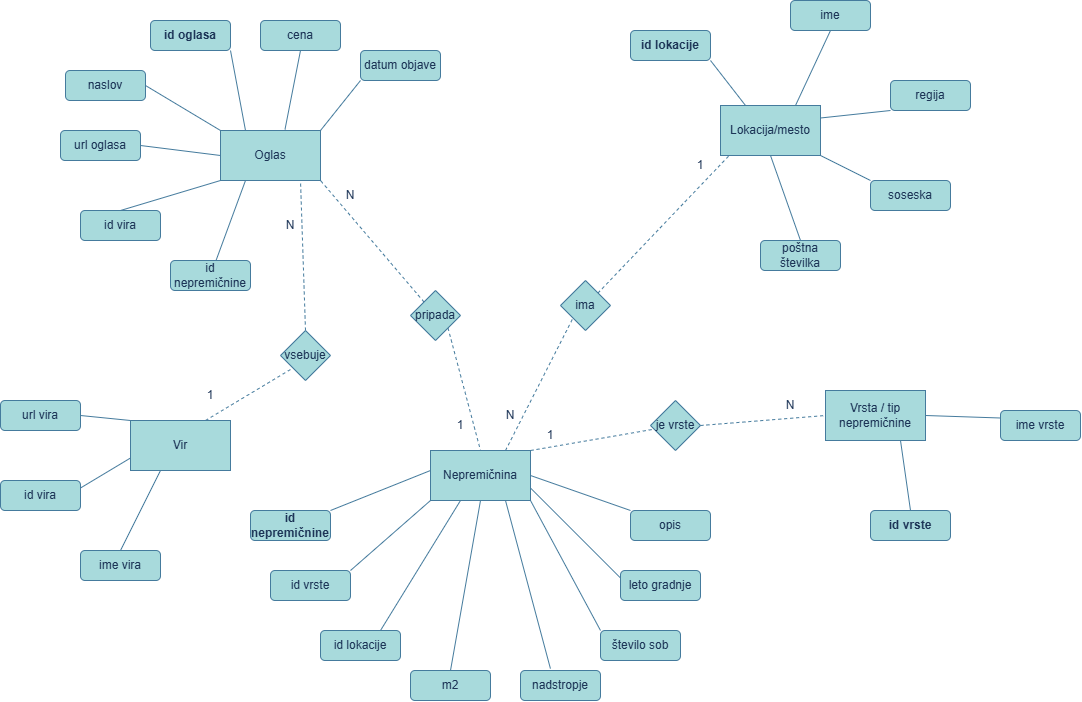
This is er-nepremicnine.drawio.png from UrhVidecnik/OPB-Najem-nepremicnin, a draw.io export, as it was before one commit. Source tidied: cells renumbered, new cells last; positions are measured from the earlier drawing's top-left corner, leaving out a move shared by most shapes.
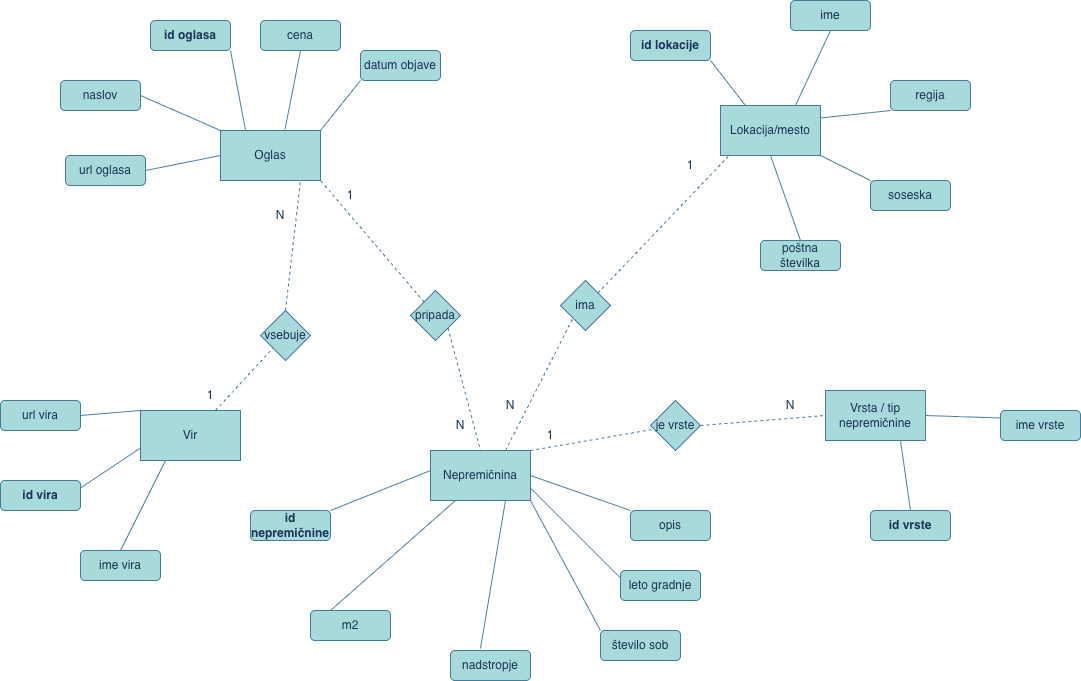
Above is the later version.

What changed in the source:
```diff
@@ -2,6 +2,9 @@
   <root>
     <mxCell id="0" />
     <mxCell id="1" parent="0" />
+    <mxCell id="78" style="edgeStyle=none;rounded=0;jettySize=auto;html=1;exitX=0.25;exitY=1;exitDx=0;exitDy=0;entryX=0.25;entryY=0;entryDx=0;entryDy=0;endArrow=none;endFill=0;strokeColor=#457B9D;" parent="1" edge="1" source="2" target="20">
+      <mxGeometry relative="1" as="geometry" />
+    </mxCell>
     <mxCell id="2" value="Nepremičnina" style="rounded=0;whiteSpace=wrap;html=1;labelBackgroundColor=none;fillColor=#A8DADC;strokeColor=#457B9D;fontColor=#1D3557;" parent="1" vertex="1">
       <mxGeometry x="430" y="450" width="100" height="50" as="geometry" />
     </mxCell>
@@ -30,7 +33,7 @@
       <mxGeometry x="650" y="400" width="50" height="50" as="geometry" />
     </mxCell>
     <mxCell id="11" value="Vir" style="whiteSpace=wrap;html=1;labelBackgroundColor=none;fillColor=#A8DADC;strokeColor=#457B9D;fontColor=#1D3557;" parent="1" vertex="1">
-      <mxGeometry x="130" y="420" width="100" height="50" as="geometry" />
+      <mxGeometry x="140" y="410" width="100" height="50" as="geometry" />
     </mxCell>
     <mxCell id="12" value="Oglas" style="whiteSpace=wrap;html=1;labelBackgroundColor=none;fillColor=#A8DADC;strokeColor=#457B9D;fontColor=#1D3557;" parent="1" vertex="1">
       <mxGeometry x="220" y="130" width="100" height="50" as="geometry" />
@@ -38,14 +41,14 @@
     <mxCell id="13" value="Vrsta / tip nepremičnine" style="whiteSpace=wrap;html=1;labelBackgroundColor=none;fillColor=#A8DADC;strokeColor=#457B9D;fontColor=#1D3557;" parent="1" vertex="1">
       <mxGeometry x="825" y="390" width="100" height="50" as="geometry" />
     </mxCell>
-    <mxCell id="14" value="id vira" style="rounded=1;whiteSpace=wrap;html=1;fillColor=#A8DADC;labelBackgroundColor=none;strokeColor=#457B9D;fontColor=#1D3557;" parent="1" vertex="1">
+    <mxCell id="14" value="id vira" style="rounded=1;whiteSpace=wrap;html=1;fillColor=#A8DADC;labelBackgroundColor=none;strokeColor=#457B9D;fontColor=#1D3557;fontStyle=1;" parent="1" vertex="1">
       <mxGeometry y="480" width="80" height="30" as="geometry" />
     </mxCell>
     <mxCell id="15" value="naslov" style="rounded=1;whiteSpace=wrap;html=1;labelBackgroundColor=none;fillColor=#A8DADC;strokeColor=#457B9D;fontColor=#1D3557;" parent="1" vertex="1">
-      <mxGeometry x="65" y="70" width="80" height="30" as="geometry" />
+      <mxGeometry x="60" y="80" width="80" height="30" as="geometry" />
     </mxCell>
     <mxCell id="16" value="url oglasa" style="rounded=1;whiteSpace=wrap;html=1;labelBackgroundColor=none;fillColor=#A8DADC;strokeColor=#457B9D;fontColor=#1D3557;" parent="1" vertex="1">
-      <mxGeometry x="60" y="130" width="80" height="30" as="geometry" />
+      <mxGeometry x="65" y="155" width="80" height="30" as="geometry" />
     </mxCell>
     <mxCell id="17" value="število sob" style="rounded=1;whiteSpace=wrap;html=1;labelBackgroundColor=none;fillColor=#A8DADC;strokeColor=#457B9D;fontColor=#1D3557;" parent="1" vertex="1">
       <mxGeometry x="600" y="630" width="80" height="30" as="geometry" />
@@ -53,11 +56,8 @@
     <mxCell id="18" value="&lt;b&gt;id nepremičnine&lt;/b&gt;" style="rounded=1;whiteSpace=wrap;html=1;fillColor=#A8DADC;labelBackgroundColor=none;strokeColor=#457B9D;fontColor=#1D3557;" parent="1" vertex="1">
       <mxGeometry x="250" y="510" width="80" height="30" as="geometry" />
     </mxCell>
-    <mxCell id="19" value="id vrste" style="rounded=1;whiteSpace=wrap;html=1;labelBackgroundColor=none;fillColor=#A8DADC;strokeColor=#457B9D;fontColor=#1D3557;" parent="1" vertex="1">
-      <mxGeometry x="270" y="570" width="80" height="30" as="geometry" />
-    </mxCell>
     <mxCell id="20" value="m2" style="rounded=1;whiteSpace=wrap;html=1;labelBackgroundColor=none;fillColor=#A8DADC;strokeColor=#457B9D;fontColor=#1D3557;" parent="1" vertex="1">
-      <mxGeometry x="410" y="670" width="80" height="30" as="geometry" />
+      <mxGeometry x="310" y="610" width="80" height="30" as="geometry" />
     </mxCell>
     <mxCell id="21" value="opis" style="rounded=1;whiteSpace=wrap;html=1;labelBackgroundColor=none;fillColor=#A8DADC;strokeColor=#457B9D;fontColor=#1D3557;" parent="1" vertex="1">
       <mxGeometry x="630" y="510" width="80" height="30" as="geometry" />
@@ -69,7 +69,7 @@
       <mxGeometry y="400" width="80" height="30" as="geometry" />
     </mxCell>
     <mxCell id="24" value="nadstropje" style="rounded=1;whiteSpace=wrap;html=1;labelBackgroundColor=none;fillColor=#A8DADC;strokeColor=#457B9D;fontColor=#1D3557;" parent="1" vertex="1">
-      <mxGeometry x="520" y="670" width="80" height="30" as="geometry" />
+      <mxGeometry x="450" y="650" width="80" height="30" as="geometry" />
     </mxCell>
     <mxCell id="25" value="datum objave" style="rounded=1;whiteSpace=wrap;html=1;labelBackgroundColor=none;fillColor=#A8DADC;strokeColor=#457B9D;fontColor=#1D3557;" parent="1" vertex="1">
       <mxGeometry x="360" y="50" width="80" height="30" as="geometry" />
@@ -80,18 +80,9 @@
     <mxCell id="27" value="leto gradnje" style="rounded=1;whiteSpace=wrap;html=1;labelBackgroundColor=none;fillColor=#A8DADC;strokeColor=#457B9D;fontColor=#1D3557;" parent="1" vertex="1">
       <mxGeometry x="620" y="570" width="80" height="30" as="geometry" />
     </mxCell>
-    <mxCell id="28" value="id lokacije" style="rounded=1;whiteSpace=wrap;html=1;labelBackgroundColor=none;fillColor=#A8DADC;strokeColor=#457B9D;fontColor=#1D3557;" parent="1" vertex="1">
-      <mxGeometry x="320" y="630" width="80" height="30" as="geometry" />
-    </mxCell>
-    <mxCell id="29" value="id nepremičnine" style="rounded=1;whiteSpace=wrap;html=1;labelBackgroundColor=none;fillColor=#A8DADC;strokeColor=#457B9D;fontColor=#1D3557;" parent="1" vertex="1">
-      <mxGeometry x="170" y="260" width="80" height="30" as="geometry" />
-    </mxCell>
     <mxCell id="30" value="ime vrste" style="rounded=1;whiteSpace=wrap;html=1;labelBackgroundColor=none;fillColor=#A8DADC;strokeColor=#457B9D;fontColor=#1D3557;" parent="1" vertex="1">
       <mxGeometry x="1000" y="410" width="80" height="30" as="geometry" />
     </mxCell>
-    <mxCell id="31" value="id vira" style="rounded=1;whiteSpace=wrap;html=1;labelBackgroundColor=none;fillColor=#A8DADC;strokeColor=#457B9D;fontColor=#1D3557;" parent="1" vertex="1">
-      <mxGeometry x="80" y="210" width="80" height="30" as="geometry" />
-    </mxCell>
     <mxCell id="32" style="endArrow=none;html=1;rounded=0;exitX=1;exitY=1;exitDx=0;exitDy=0;entryX=0.25;entryY=0;entryDx=0;entryDy=0;labelBackgroundColor=none;strokeColor=#457B9D;fontColor=default;" parent="1" edge="1" source="8" target="12">
       <mxGeometry relative="1" as="geometry" />
     </mxCell>
@@ -107,12 +98,6 @@
     <mxCell id="36" style="endArrow=none;html=1;rounded=0;entryX=0;entryY=1;entryDx=0;entryDy=0;exitX=1;exitY=0;exitDx=0;exitDy=0;labelBackgroundColor=none;strokeColor=#457B9D;fontColor=default;" parent="1" edge="1" source="12" target="25">
       <mxGeometry relative="1" as="geometry" />
     </mxCell>
-    <mxCell id="37" style="endArrow=none;html=1;rounded=0;entryX=0.25;entryY=1;entryDx=0;entryDy=0;labelBackgroundColor=none;strokeColor=#457B9D;fontColor=default;" parent="1" edge="1" source="29" target="12">
-      <mxGeometry relative="1" as="geometry" />
-    </mxCell>
-    <mxCell id="38" style="endArrow=none;html=1;rounded=0;exitX=0.5;exitY=0;exitDx=0;exitDy=0;entryX=0;entryY=1;entryDx=0;entryDy=0;labelBackgroundColor=none;strokeColor=#457B9D;fontColor=default;" parent="1" edge="1" source="31" target="12">
-      <mxGeometry relative="1" as="geometry" />
-    </mxCell>
     <mxCell id="39" style="endArrow=none;dashed=1;html=1;rounded=0;exitX=1;exitY=0;exitDx=0;exitDy=0;labelBackgroundColor=none;strokeColor=#457B9D;fontColor=default;" parent="1" edge="1" source="2" target="10">
       <mxGeometry relative="1" as="geometry" />
     </mxCell>
@@ -126,7 +111,7 @@
       <mxGeometry relative="1" as="geometry" />
     </mxCell>
     <mxCell id="43" value="vsebuje" style="rhombus;whiteSpace=wrap;html=1;labelBackgroundColor=none;fillColor=#A8DADC;strokeColor=#457B9D;fontColor=#1D3557;" parent="1" vertex="1">
-      <mxGeometry x="280" y="330" width="50" height="50" as="geometry" />
+      <mxGeometry x="260" y="310" width="50" height="50" as="geometry" />
     </mxCell>
     <mxCell id="44" style="endArrow=none;dashed=1;html=1;rounded=0;exitX=0.5;exitY=0;exitDx=0;exitDy=0;labelBackgroundColor=none;strokeColor=#457B9D;fontColor=default;" parent="1" edge="1" source="43">
       <mxGeometry relative="1" as="geometry">
@@ -141,19 +126,6 @@
         <mxPoint x="430" y="470" as="targetPoint" />
       </mxGeometry>
     </mxCell>
-    <mxCell id="47" style="endArrow=none;html=1;rounded=0;exitX=1;exitY=0;exitDx=0;exitDy=0;labelBackgroundColor=none;strokeColor=#457B9D;fontColor=default;" parent="1" edge="1" source="19">
-      <mxGeometry relative="1" as="geometry">
-        <mxPoint x="430" y="500" as="targetPoint" />
-      </mxGeometry>
-    </mxCell>
-    <mxCell id="48" style="endArrow=none;html=1;rounded=0;exitX=0.75;exitY=0;exitDx=0;exitDy=0;labelBackgroundColor=none;strokeColor=#457B9D;fontColor=default;" parent="1" edge="1" source="28">
-      <mxGeometry relative="1" as="geometry">
-        <mxPoint x="460" y="500" as="targetPoint" />
-      </mxGeometry>
-    </mxCell>
-    <mxCell id="49" style="endArrow=none;html=1;rounded=0;entryX=0.5;entryY=1;entryDx=0;entryDy=0;exitX=0.5;exitY=0;exitDx=0;exitDy=0;labelBackgroundColor=none;strokeColor=#457B9D;fontColor=default;" parent="1" edge="1" source="20" target="2">
-      <mxGeometry relative="1" as="geometry" />
-    </mxCell>
     <mxCell id="50" style="endArrow=none;html=1;rounded=0;exitX=1;exitY=0.5;exitDx=0;exitDy=0;entryX=0;entryY=0.25;entryDx=0;entryDy=0;labelBackgroundColor=none;strokeColor=#457B9D;fontColor=default;" parent="1" edge="1" source="13" target="30">
       <mxGeometry relative="1" as="geometry" />
     </mxCell>
@@ -190,10 +162,8 @@
     <mxCell id="61" value="cena" style="rounded=1;whiteSpace=wrap;html=1;labelBackgroundColor=none;fillColor=#A8DADC;strokeColor=#457B9D;fontColor=#1D3557;" parent="1" vertex="1">
       <mxGeometry x="260" y="20" width="80" height="30" as="geometry" />
     </mxCell>
-    <mxCell id="62" style="endArrow=none;html=1;rounded=0;exitX=0.5;exitY=0;exitDx=0;exitDy=0;labelBackgroundColor=none;strokeColor=#457B9D;fontColor=default;" parent="1" edge="1" source="26">
-      <mxGeometry relative="1" as="geometry">
-        <mxPoint x="160" y="470" as="targetPoint" />
-      </mxGeometry>
+    <mxCell id="62" style="endArrow=none;html=1;rounded=0;exitX=0.5;exitY=0;exitDx=0;exitDy=0;labelBackgroundColor=none;strokeColor=#457B9D;fontColor=default;entryX=0.25;entryY=1;entryDx=0;entryDy=0;" parent="1" edge="1" source="26" target="11">
+      <mxGeometry relative="1" as="geometry" />
     </mxCell>
     <mxCell id="63" style="endArrow=none;html=1;rounded=0;entryX=0;entryY=0.75;entryDx=0;entryDy=0;exitX=1;exitY=0.25;exitDx=0;exitDy=0;labelBackgroundColor=none;strokeColor=#457B9D;fontColor=default;" parent="1" edge="1" source="14" target="11">
       <mxGeometry relative="1" as="geometry" />
@@ -223,22 +193,22 @@
       <mxGeometry relative="1" as="geometry" />
     </mxCell>
     <mxCell id="72" value="1" style="text;html=1;whiteSpace=wrap;strokeColor=none;fillColor=none;align=center;verticalAlign=middle;rounded=0;labelBackgroundColor=none;fontColor=#1D3557;" parent="1" vertex="1">
-      <mxGeometry x="670" y="150" width="60" height="30" as="geometry" />
+      <mxGeometry x="660" y="150" width="60" height="30" as="geometry" />
     </mxCell>
     <mxCell id="73" value="N" style="text;html=1;whiteSpace=wrap;strokeColor=none;fillColor=none;align=center;verticalAlign=middle;rounded=0;labelBackgroundColor=none;fontColor=#1D3557;" parent="1" vertex="1">
-      <mxGeometry x="480" y="400" width="60" height="30" as="geometry" />
+      <mxGeometry x="480" y="390" width="60" height="30" as="geometry" />
     </mxCell>
-    <mxCell id="74" value="1" style="text;html=1;whiteSpace=wrap;strokeColor=none;fillColor=none;align=center;verticalAlign=middle;rounded=0;labelBackgroundColor=none;fontColor=#1D3557;" parent="1" vertex="1">
+    <mxCell id="74" value="N" style="text;html=1;whiteSpace=wrap;strokeColor=none;fillColor=none;align=center;verticalAlign=middle;rounded=0;labelBackgroundColor=none;fontColor=#1D3557;" parent="1" vertex="1">
       <mxGeometry x="430" y="410" width="60" height="30" as="geometry" />
     </mxCell>
-    <mxCell id="75" value="N" style="text;html=1;whiteSpace=wrap;strokeColor=none;fillColor=none;align=center;verticalAlign=middle;rounded=0;labelBackgroundColor=none;fontColor=#1D3557;" parent="1" vertex="1">
+    <mxCell id="75" value="1" style="text;html=1;whiteSpace=wrap;strokeColor=none;fillColor=none;align=center;verticalAlign=middle;rounded=0;labelBackgroundColor=none;fontColor=#1D3557;" parent="1" vertex="1">
       <mxGeometry x="320" y="180" width="60" height="30" as="geometry" />
     </mxCell>
     <mxCell id="76" value="1" style="text;html=1;whiteSpace=wrap;strokeColor=none;fillColor=none;align=center;verticalAlign=middle;rounded=0;labelBackgroundColor=none;fontColor=#1D3557;" parent="1" vertex="1">
       <mxGeometry x="180" y="380" width="60" height="30" as="geometry" />
     </mxCell>
     <mxCell id="77" value="N" style="text;html=1;whiteSpace=wrap;strokeColor=none;fillColor=none;align=center;verticalAlign=middle;rounded=0;labelBackgroundColor=none;fontColor=#1D3557;" parent="1" vertex="1">
-      <mxGeometry x="260" y="210" width="60" height="30" as="geometry" />
+      <mxGeometry x="250" y="200" width="60" height="30" as="geometry" />
     </mxCell>
   </root>
 </mxGraphModel>
```
